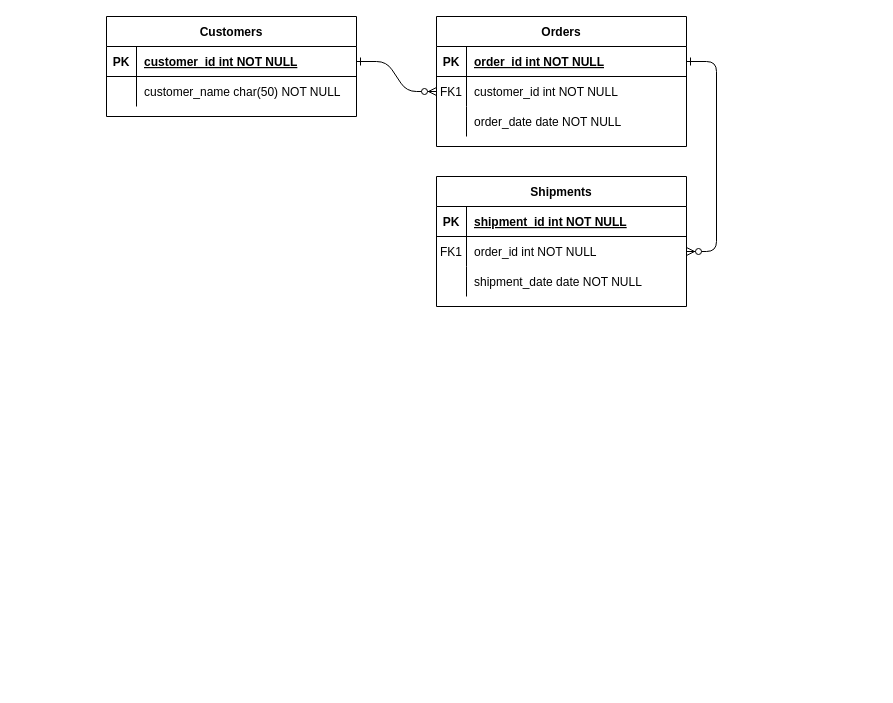
The draw.io diagram folder/pawjourney_ER.drawio in pikoppoko/drawio_01, before the edit. Source tidied: cells renumbered, new cells numbered last; positions are measured from the earlier drawing's top-left corner, leaving out a move shared by most shapes. Both pictures are drawn from the tidied source at 100%, with x=0, y=0 at pixel (106, 16).
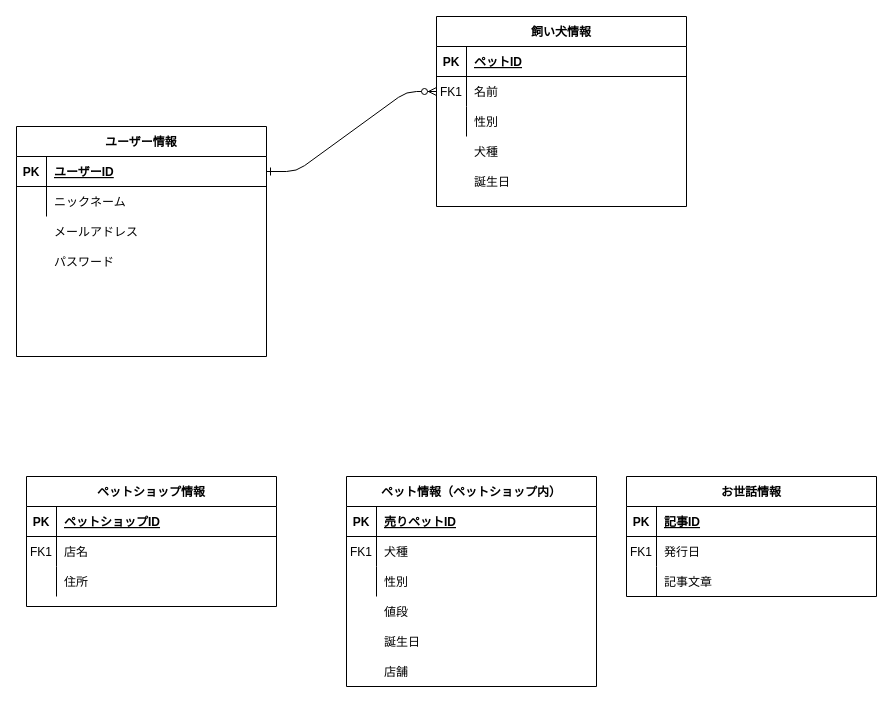
Above is the later version.

Commit message:
pawjourney_ER.drawio を更新します

Unchanged cells that the change refers to:
```xml
<mxCell id="5" style="shape=partialRectangle;fillColor=none;points=[[0,0.5],[1,0.5]];portConstraint=eastwest;top=0;left=0;right=0;bottom=1;" parent="4" vertex="1">
  <mxGeometry y="30" width="250" height="30" as="geometry" />
</mxCell>
<mxCell id="8" style="shape=partialRectangle;fillColor=none;points=[[0,0.5],[1,0.5]];portConstraint=eastwest;top=0;left=0;right=0;bottom=0;" parent="4" vertex="1">
  <mxGeometry y="60" width="250" height="30" as="geometry" />
</mxCell>
<mxCell id="11" style="shape=partialRectangle;fillColor=none;top=0;left=0;right=0;bottom=0;" parent="4" vertex="1">
  <mxGeometry y="90" width="250" height="30" as="geometry" />
</mxCell>
<mxCell id="15" style="shape=partialRectangle;fillColor=none;top=0;left=0;right=0;bottom=1;" parent="14" vertex="1">
  <mxGeometry y="30" width="250" height="30" as="geometry" />
</mxCell>
<mxCell id="18" style="shape=partialRectangle;fillColor=none;points=[[0,0.5],[1,0.5]];portConstraint=eastwest;top=0;left=0;right=0;bottom=0;" parent="14" vertex="1">
  <mxGeometry y="60" width="250" height="30" as="geometry" />
</mxCell>
<mxCell id="21" style="shape=partialRectangle;fillColor=none;top=0;left=0;right=0;bottom=0;" parent="14" vertex="1">
  <mxGeometry y="90" width="250" height="30" as="geometry" />
</mxCell>
<mxCell id="25" style="shape=partialRectangle;fillColor=none;points=[[0,0.5],[1,0.5]];portConstraint=eastwest;top=0;left=0;right=0;bottom=1;" parent="24" vertex="1">
  <mxGeometry y="30" width="250" height="30" as="geometry" />
</mxCell>
<mxCell id="28" style="shape=partialRectangle;fillColor=none;top=0;left=0;right=0;bottom=0;" parent="24" vertex="1">
  <mxGeometry y="60" width="250" height="30" as="geometry" />
</mxCell>
```

Change to the diagram source:
```diff
@@
-    <mxCell id="3" style="edgeStyle=entityRelationEdgeStyle;endArrow=ERzeroToMany;startArrow=ERone;endFill=1;startFill=0;" parent="1" edge="1" source="5" target="18">
-      <mxGeometry relative="1" as="geometry" />
-    </mxCell>
-    <mxCell id="4" value="Orders" style="shape=table;startSize=30;childLayout=tableLayout;rowLines=0;fontStyle=1;align=center;" parent="1" vertex="1">
-      <mxGeometry x="330" width="250" height="130" as="geometry" />
+    <mxCell id="4" value="飼い犬情報" style="shape=table;startSize=30;childLayout=tableLayout;rowLines=0;fontStyle=1;align=center;" parent="1" vertex="1">
+      <mxGeometry x="330" width="250" height="190" as="geometry" />
     </mxCell>
@@
-    <mxCell id="7" value="order_id int NOT NULL " style="shape=partialRectangle;overflow=hidden;fillColor=none;top=0;left=0;bottom=0;right=0;align=left;spacingLeft=6;fontStyle=5;" parent="5" vertex="1">
+    <mxCell id="7" value="ペットID" style="shape=partialRectangle;overflow=hidden;fillColor=none;top=0;left=0;bottom=0;right=0;align=left;spacingLeft=6;fontStyle=5;" parent="5" vertex="1">
       <mxGeometry x="30" width="220" height="30" as="geometry" />
     </mxCell>
@@
-    <mxCell id="10" value="customer_id int NOT NULL" style="shape=partialRectangle;overflow=hidden;fillColor=none;top=0;left=0;bottom=0;right=0;align=left;spacingLeft=6;" parent="8" vertex="1">
+    <mxCell id="10" value="名前" style="shape=partialRectangle;overflow=hidden;fillColor=none;top=0;left=0;bottom=0;right=0;align=left;spacingLeft=6;" parent="8" vertex="1">
       <mxGeometry x="30" width="220" height="30" as="geometry" />
     </mxCell>
@@
-    <mxCell id="13" value="order_date date NOT NULL" style="shape=partialRectangle;overflow=hidden;fillColor=none;top=0;left=0;bottom=0;right=0;align=left;spacingLeft=6;" parent="11" vertex="1">
+    <mxCell id="13" value="性別" style="shape=partialRectangle;overflow=hidden;fillColor=none;top=0;left=0;bottom=0;right=0;align=left;spacingLeft=6;" parent="11" vertex="1">
       <mxGeometry x="30" width="220" height="30" as="geometry" />
     </mxCell>
-    <mxCell id="14" value="Shipments" style="shape=table;startSize=30;childLayout=tableLayout;rowLines=0;fontStyle=1;align=center;" parent="1" vertex="1">
-      <mxGeometry x="330" y="160" width="250" height="130" as="geometry" />
+    <mxCell id="14" value="ペットショップ情報" style="shape=table;startSize=30;childLayout=tableLayout;rowLines=0;fontStyle=1;align=center;" parent="1" vertex="1">
+      <mxGeometry x="-80" y="460" width="250" height="130" as="geometry" />
     </mxCell>
@@
-    <mxCell id="17" value="shipment_id int NOT NULL " style="shape=partialRectangle;overflow=hidden;fillColor=none;top=0;left=0;bottom=0;right=0;align=left;spacingLeft=6;fontStyle=5;" parent="15" vertex="1">
+    <mxCell id="17" value="ペットショップID" style="shape=partialRectangle;overflow=hidden;fillColor=none;top=0;left=0;bottom=0;right=0;align=left;spacingLeft=6;fontStyle=5;" parent="15" vertex="1">
       <mxGeometry x="30" width="220" height="30" as="geometry" />
     </mxCell>
@@
-    <mxCell id="20" value="order_id int NOT NULL" style="shape=partialRectangle;overflow=hidden;fillColor=none;top=0;left=0;bottom=0;right=0;align=left;spacingLeft=6;" parent="18" vertex="1">
+    <mxCell id="20" value="店名" style="shape=partialRectangle;overflow=hidden;fillColor=none;top=0;left=0;bottom=0;right=0;align=left;spacingLeft=6;" parent="18" vertex="1">
       <mxGeometry x="30" width="220" height="30" as="geometry" />
     </mxCell>
@@
-    <mxCell id="23" value="shipment_date date NOT NULL" style="shape=partialRectangle;overflow=hidden;fillColor=none;top=0;left=0;bottom=0;right=0;align=left;spacingLeft=6;" parent="21" vertex="1">
+    <mxCell id="23" value="住所" style="shape=partialRectangle;overflow=hidden;fillColor=none;top=0;left=0;bottom=0;right=0;align=left;spacingLeft=6;" parent="21" vertex="1">
       <mxGeometry x="30" width="220" height="30" as="geometry" />
     </mxCell>
-    <mxCell id="24" value="Customers" style="shape=table;startSize=30;childLayout=tableLayout;rowLines=0;fontStyle=1;align=center;" parent="1" vertex="1">
-      <mxGeometry width="250" height="100" as="geometry" />
+    <mxCell id="24" value="ユーザー情報" style="shape=table;startSize=30;childLayout=tableLayout;rowLines=0;fontStyle=1;align=center;" parent="1" vertex="1">
+      <mxGeometry x="-90" y="110" width="250" height="230" as="geometry" />
     </mxCell>
@@
-    <mxCell id="27" value="customer_id int NOT NULL " style="shape=partialRectangle;overflow=hidden;fillColor=none;top=0;left=0;bottom=0;right=0;align=left;spacingLeft=6;fontStyle=5;" parent="25" vertex="1">
+    <mxCell id="27" value="ユーザーID" style="shape=partialRectangle;overflow=hidden;fillColor=none;top=0;left=0;bottom=0;right=0;align=left;spacingLeft=6;fontStyle=5;" parent="25" vertex="1">
       <mxGeometry x="30" width="220" height="30" as="geometry" />
     </mxCell>
@@
-    <mxCell id="30" value="customer_name char(50) NOT NULL" style="shape=partialRectangle;overflow=hidden;fillColor=none;top=0;left=0;bottom=0;right=0;align=left;spacingLeft=6;" parent="28" vertex="1">
+    <mxCell id="30" value="ニックネーム" style="shape=partialRectangle;overflow=hidden;fillColor=none;top=0;left=0;bottom=0;right=0;align=left;spacingLeft=6;" parent="28" vertex="1">
       <mxGeometry x="30" width="220" height="30" as="geometry" />
     </mxCell>
+    <mxCell id="31" value="メールアドレス" style="shape=partialRectangle;overflow=hidden;fillColor=none;top=0;left=0;bottom=0;right=0;align=left;spacingLeft=6;" parent="1" vertex="1">
+      <mxGeometry x="-60" y="200" width="220" height="30" as="geometry" />
+    </mxCell>
+    <mxCell id="32" value="パスワード" style="shape=partialRectangle;overflow=hidden;fillColor=none;top=0;left=0;bottom=0;right=0;align=left;spacingLeft=6;" parent="1" vertex="1">
+      <mxGeometry x="-60" y="230" width="220" height="30" as="geometry" />
+    </mxCell>
+    <mxCell id="33" value="犬種" style="shape=partialRectangle;overflow=hidden;fillColor=none;top=0;left=0;bottom=0;right=0;align=left;spacingLeft=6;" parent="1" vertex="1">
+      <mxGeometry x="360" y="120" width="220" height="30" as="geometry" />
+    </mxCell>
+    <mxCell id="34" value="誕生日" style="shape=partialRectangle;overflow=hidden;fillColor=none;top=0;left=0;bottom=0;right=0;align=left;spacingLeft=6;" parent="1" vertex="1">
+      <mxGeometry x="360" y="150" width="220" height="30" as="geometry" />
+    </mxCell>
+    <mxCell id="35" value="ペット情報（ペットショップ内）" style="shape=table;startSize=30;childLayout=tableLayout;rowLines=0;fontStyle=1;align=center;" parent="1" vertex="1">
+      <mxGeometry x="240" y="460" width="250" height="210" as="geometry" />
+    </mxCell>
+    <mxCell id="36" style="shape=partialRectangle;fillColor=none;top=0;left=0;right=0;bottom=1;" parent="35" vertex="1">
+      <mxGeometry y="30" width="250" height="30" as="geometry" />
+    </mxCell>
+    <mxCell id="37" value="PK" style="shape=partialRectangle;overflow=hidden;fillColor=none;top=0;left=0;bottom=0;right=0;fontStyle=1;" parent="36" vertex="1">
+      <mxGeometry width="30" height="30" as="geometry" />
+    </mxCell>
+    <mxCell id="38" value="売りペットID" style="shape=partialRectangle;overflow=hidden;fillColor=none;top=0;left=0;bottom=0;right=0;align=left;spacingLeft=6;fontStyle=5;" parent="36" vertex="1">
+      <mxGeometry x="30" width="220" height="30" as="geometry" />
+    </mxCell>
+    <mxCell id="39" style="shape=partialRectangle;fillColor=none;top=0;left=0;right=0;bottom=0;" parent="35" vertex="1">
+      <mxGeometry y="60" width="250" height="30" as="geometry" />
+    </mxCell>
+    <mxCell id="40" value="FK1" style="shape=partialRectangle;overflow=hidden;fillColor=none;top=0;left=0;bottom=0;right=0;" parent="39" vertex="1">
+      <mxGeometry width="30" height="30" as="geometry" />
+    </mxCell>
+    <mxCell id="41" value="犬種" style="shape=partialRectangle;overflow=hidden;fillColor=none;top=0;left=0;bottom=0;right=0;align=left;spacingLeft=6;" parent="39" vertex="1">
+      <mxGeometry x="30" width="220" height="30" as="geometry" />
+    </mxCell>
+    <mxCell id="42" style="shape=partialRectangle;fillColor=none;top=0;left=0;right=0;bottom=0;" parent="35" vertex="1">
+      <mxGeometry y="90" width="250" height="30" as="geometry" />
+    </mxCell>
+    <mxCell id="43" style="shape=partialRectangle;overflow=hidden;fillColor=none;top=0;left=0;bottom=0;right=0;" parent="42" vertex="1">
+      <mxGeometry width="30" height="30" as="geometry" />
+    </mxCell>
+    <mxCell id="44" value="性別" style="shape=partialRectangle;overflow=hidden;fillColor=none;top=0;left=0;bottom=0;right=0;align=left;spacingLeft=6;" parent="42" vertex="1">
+      <mxGeometry x="30" width="220" height="30" as="geometry" />
+    </mxCell>
+    <mxCell id="45" value="値段" style="shape=partialRectangle;overflow=hidden;fillColor=none;top=0;left=0;bottom=0;right=0;align=left;spacingLeft=6;" parent="1" vertex="1">
+      <mxGeometry x="270" y="580" width="220" height="30" as="geometry" />
+    </mxCell>
+    <mxCell id="46" value="誕生日" style="shape=partialRectangle;overflow=hidden;fillColor=none;top=0;left=0;bottom=0;right=0;align=left;spacingLeft=6;" parent="1" vertex="1">
+      <mxGeometry x="270" y="610" width="220" height="30" as="geometry" />
+    </mxCell>
+    <mxCell id="47" value="店舗" style="shape=partialRectangle;overflow=hidden;fillColor=none;top=0;left=0;bottom=0;right=0;align=left;spacingLeft=6;" parent="1" vertex="1">
+      <mxGeometry x="270" y="640" width="220" height="30" as="geometry" />
+    </mxCell>
+    <mxCell id="48" value="お世話情報" style="shape=table;startSize=30;childLayout=tableLayout;rowLines=0;fontStyle=1;align=center;" parent="1" vertex="1">
+      <mxGeometry x="520" y="460" width="250" height="120" as="geometry" />
+    </mxCell>
+    <mxCell id="49" style="shape=partialRectangle;fillColor=none;top=0;left=0;right=0;bottom=1;" parent="48" vertex="1">
+      <mxGeometry y="30" width="250" height="30" as="geometry" />
+    </mxCell>
+    <mxCell id="50" value="PK" style="shape=partialRectangle;overflow=hidden;fillColor=none;top=0;left=0;bottom=0;right=0;fontStyle=1;" parent="49" vertex="1">
+      <mxGeometry width="30" height="30" as="geometry" />
+    </mxCell>
+    <mxCell id="51" value="記事ID" style="shape=partialRectangle;overflow=hidden;fillColor=none;top=0;left=0;bottom=0;right=0;align=left;spacingLeft=6;fontStyle=5;" parent="49" vertex="1">
+      <mxGeometry x="30" width="220" height="30" as="geometry" />
+    </mxCell>
+    <mxCell id="52" style="shape=partialRectangle;fillColor=none;top=0;left=0;right=0;bottom=0;" parent="48" vertex="1">
+      <mxGeometry y="60" width="250" height="30" as="geometry" />
+    </mxCell>
+    <mxCell id="53" value="FK1" style="shape=partialRectangle;overflow=hidden;fillColor=none;top=0;left=0;bottom=0;right=0;" parent="52" vertex="1">
+      <mxGeometry width="30" height="30" as="geometry" />
+    </mxCell>
+    <mxCell id="54" value="発行日" style="shape=partialRectangle;overflow=hidden;fillColor=none;top=0;left=0;bottom=0;right=0;align=left;spacingLeft=6;" parent="52" vertex="1">
+      <mxGeometry x="30" width="220" height="30" as="geometry" />
+    </mxCell>
+    <mxCell id="55" style="shape=partialRectangle;fillColor=none;top=0;left=0;right=0;bottom=0;" parent="48" vertex="1">
+      <mxGeometry y="90" width="250" height="30" as="geometry" />
+    </mxCell>
+    <mxCell id="56" style="shape=partialRectangle;overflow=hidden;fillColor=none;top=0;left=0;bottom=0;right=0;" parent="55" vertex="1">
+      <mxGeometry width="30" height="30" as="geometry" />
+    </mxCell>
+    <mxCell id="57" value="記事文章" style="shape=partialRectangle;overflow=hidden;fillColor=none;top=0;left=0;bottom=0;right=0;align=left;spacingLeft=6;" parent="55" vertex="1">
+      <mxGeometry x="30" width="220" height="30" as="geometry" />
+    </mxCell>
```
